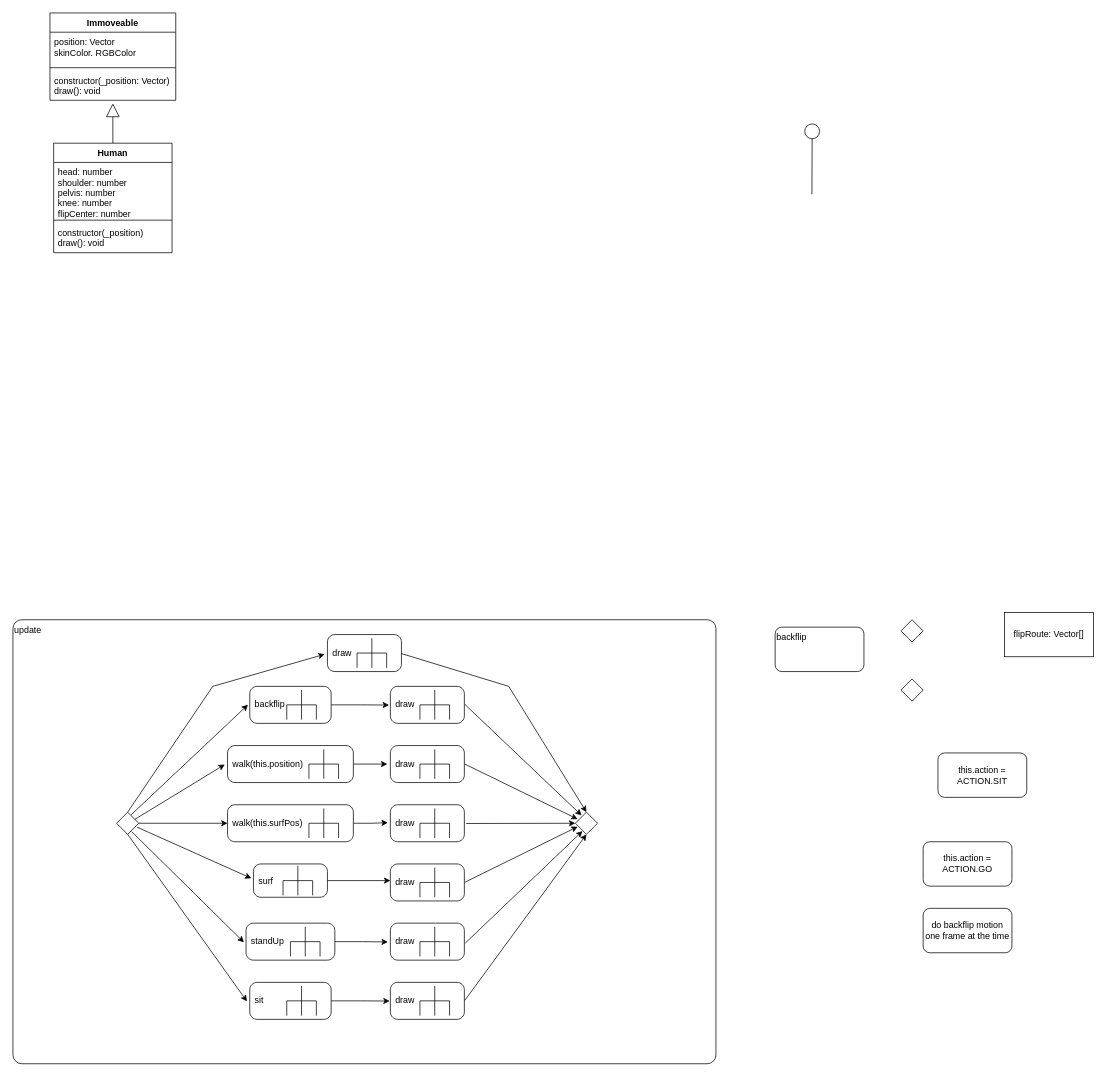
Earlier version of the draw.io diagram A11/ClickyBeach.drawio (richamukasa/EIA2-SoSe2022). Source tidied: cells renumbered, new cells numbered last; positions are measured from the earlier drawing's top-left corner, leaving out a move shared by most shapes. Both pictures are drawn from the tidied source at 74%, with x=0, y=0 at pixel (13, 13).
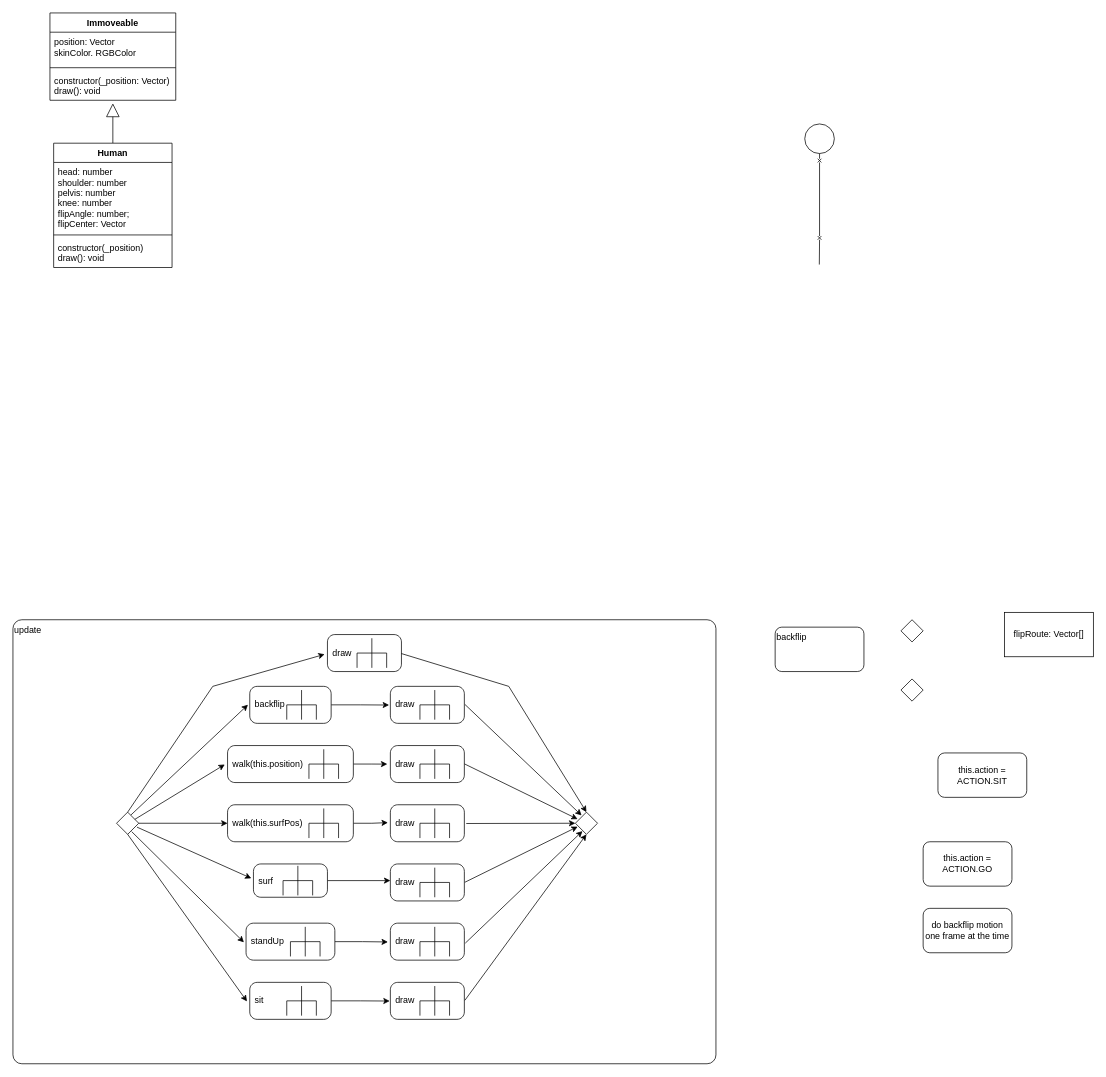
Above is the later version.

The edit, as a diff of the source:
```diff
@@
     <mxCell id="50" value="Human" style="swimlane;fontStyle=1;align=center;verticalAlign=top;horizontal=1;startSize=26;" parent="1" vertex="1">
-      <mxGeometry x="55" y="176" width="160" height="148" as="geometry" />
+      <mxGeometry x="55" y="176" width="160" height="168" as="geometry" />
     </mxCell>
-    <mxCell id="51" value="head: number&#10;shoulder: number&#10;pelvis: number&#10;knee: number&#10;flipCenter: number" style="text;strokeColor=none;fillColor=none;align=left;verticalAlign=top;spacingLeft=4;spacingRight=4;overflow=hidden;" parent="50" vertex="1">
-      <mxGeometry y="26" width="160" height="74" as="geometry" />
+    <mxCell id="51" value="head: number&#10;shoulder: number&#10;pelvis: number&#10;knee: number&#10;flipAngle: number;&#10;flipCenter: Vector" style="text;strokeColor=none;fillColor=none;align=left;verticalAlign=top;spacingLeft=4;spacingRight=4;overflow=hidden;" parent="50" vertex="1">
+      <mxGeometry y="26" width="160" height="94" as="geometry" />
     </mxCell>
     <mxCell id="52" style="line;strokeWidth=1;fillColor=none;align=left;verticalAlign=middle;spacingTop=-1;spacingLeft=3;spacingRight=3;labelPosition=right;" parent="50" vertex="1">
-      <mxGeometry y="100" width="160" height="8" as="geometry" />
+      <mxGeometry y="120" width="160" height="8" as="geometry" />
     </mxCell>
     <mxCell id="53" value="constructor(_position)&#10;draw(): void" style="text;strokeColor=none;fillColor=none;align=left;verticalAlign=top;spacingLeft=4;spacingRight=4;overflow=hidden;" parent="50" vertex="1">
-      <mxGeometry y="108" width="160" height="40" as="geometry" />
+      <mxGeometry y="128" width="160" height="40" as="geometry" />
     </mxCell>
     <mxCell id="54" style="ellipse;whiteSpace=wrap;html=1;fillColor=none;" parent="1" vertex="1">
-      <mxGeometry x="1070" y="150" width="20" height="20" as="geometry" />
+      <mxGeometry x="1070" y="150" width="40" height="40" as="geometry" />
     </mxCell>
-    <mxCell id="55" style="endArrow=none;html=1;rounded=0;exitX=0.5;exitY=1;exitDx=0;exitDy=0;" parent="1" edge="1" source="54">
+    <mxCell id="55" style="endArrow=none;html=1;rounded=0;exitX=0.5;exitY=1;exitDx=0;exitDy=0;startArrow=none;" parent="1" edge="1" source="58">
       <mxGeometry relative="1" as="geometry">
-        <mxPoint x="1079.7" y="245" as="targetPoint" />
+        <mxPoint x="1089.7" y="340" as="targetPoint" />
       </mxGeometry>
     </mxCell>
+    <mxCell id="56" style="shape=umlDestroy;whiteSpace=wrap;html=1;strokeWidth=1;fillColor=none;" parent="1" vertex="1">
+      <mxGeometry x="1087.5" y="197" width="5" height="5" as="geometry" />
+    </mxCell>
+    <mxCell id="57" style="endArrow=none;html=1;rounded=0;exitX=0.5;exitY=1;exitDx=0;exitDy=0;" parent="1" edge="1" source="54" target="56">
+      <mxGeometry relative="1" as="geometry" />
+    </mxCell>
+    <mxCell id="58" style="shape=umlDestroy;whiteSpace=wrap;html=1;strokeWidth=1;fillColor=none;" parent="1" vertex="1">
+      <mxGeometry x="1087.5" y="301.5" width="5" height="5" as="geometry" />
+    </mxCell>
+    <mxCell id="59" style="endArrow=none;html=1;rounded=0;exitX=0.5;exitY=1;exitDx=0;exitDy=0;startArrow=none;" parent="1" edge="1" source="56" target="58">
+      <mxGeometry relative="1" as="geometry" />
+    </mxCell>
```
